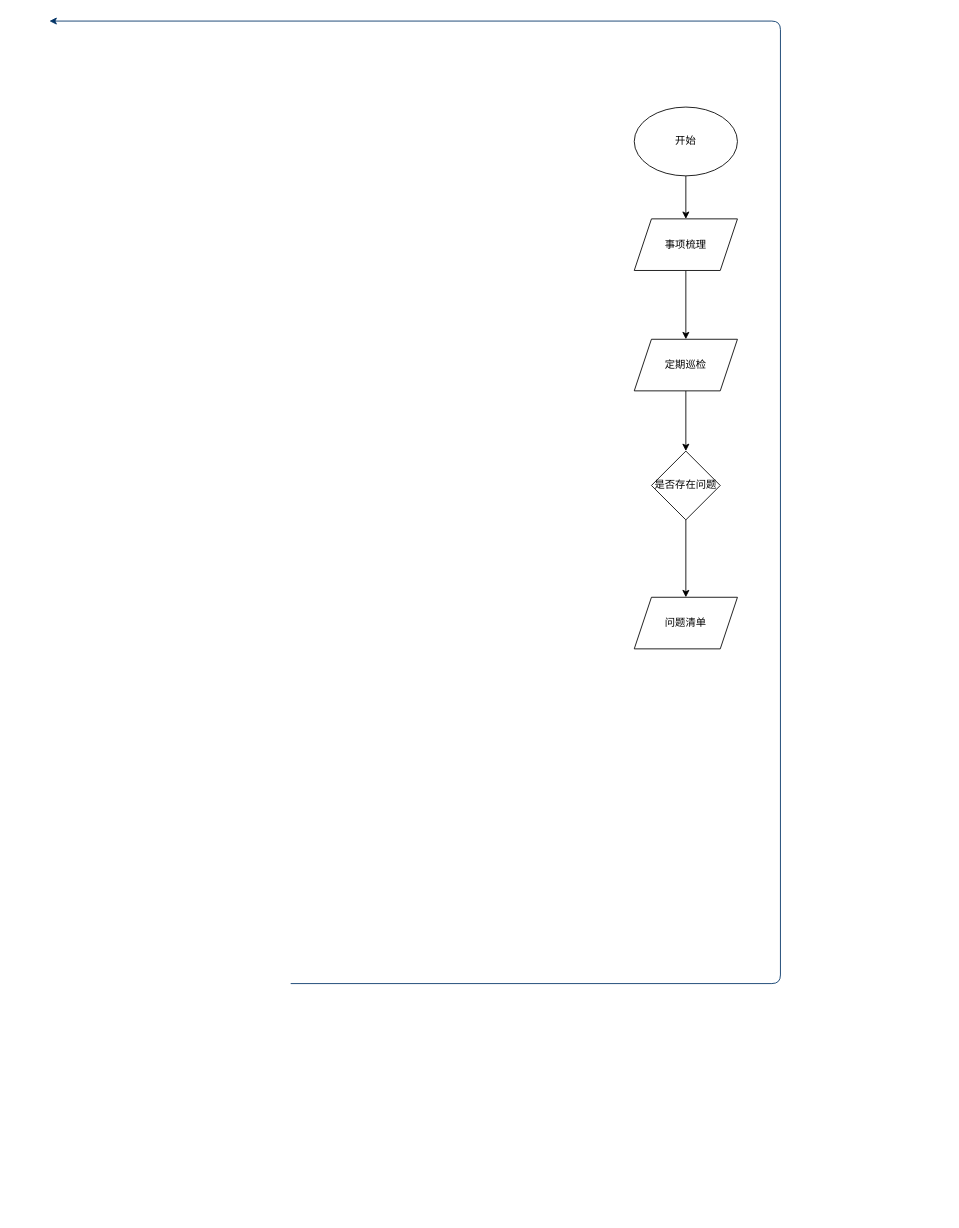
The draw.io diagram muping-03.drawio in z-cloud-z/draw, before the edit. Source tidied: cells renumbered, new cells numbered last; positions are measured from the earlier drawing's top-left corner, leaving out a move shared by most shapes. Both pictures are drawn from the tidied source at 86%, with x=0, y=0 at pixel (49, 21).
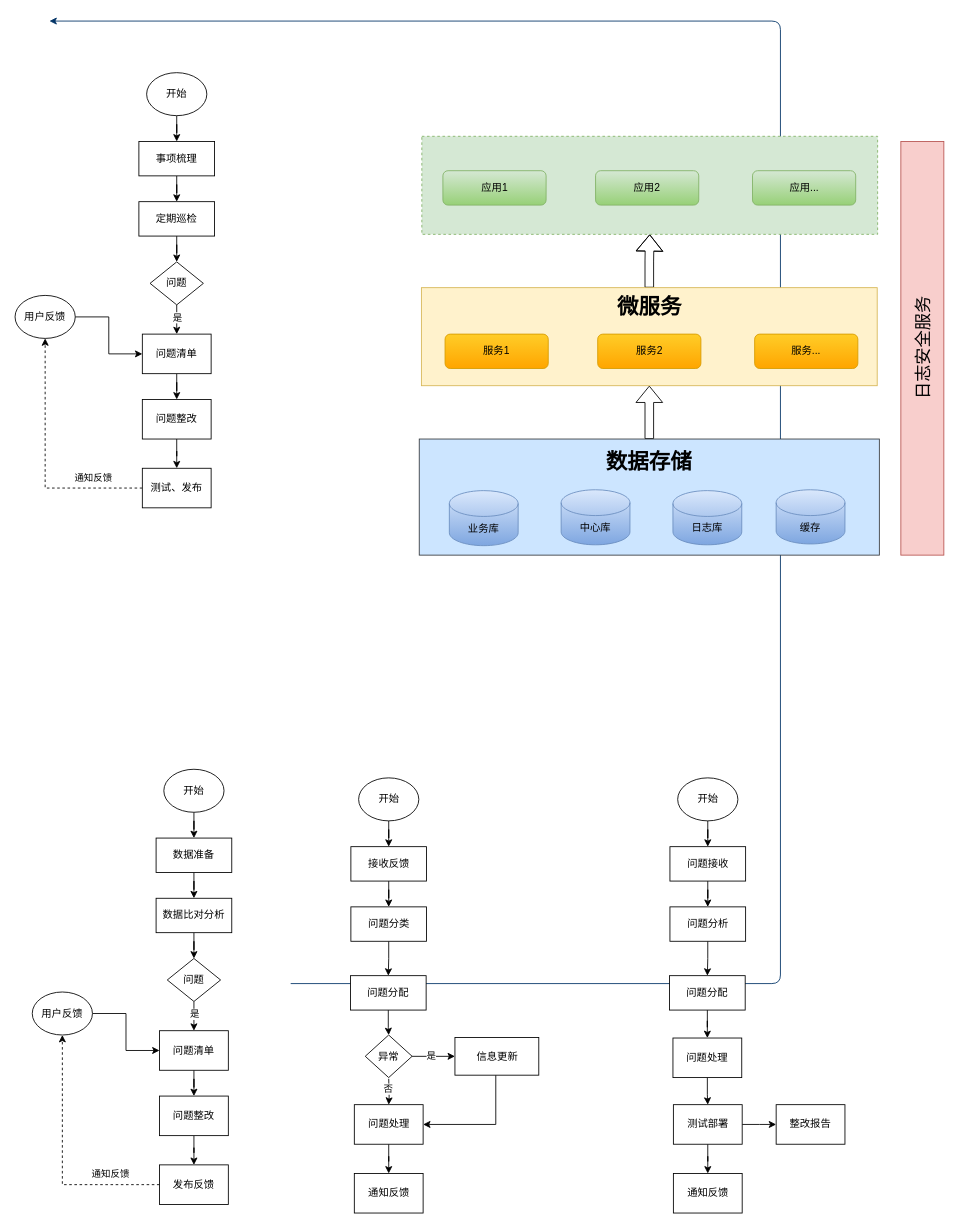
The same page after the edit.

Diff of the diagram source:
```diff
@@
     <mxCell id="4" value="开始" style="ellipse;whiteSpace=wrap;html=1;" parent="1" vertex="1">
-      <mxGeometry x="680" y="100" width="120" height="80" as="geometry" />
+      <mxGeometry x="113" y="60" width="70" height="50" as="geometry" />
     </mxCell>
@@
-    <mxCell id="6" value="事项梳理" style="shape=parallelogram;perimeter=parallelogramPerimeter;whiteSpace=wrap;html=1;fixedSize=1;" parent="1" vertex="1">
-      <mxGeometry x="680" y="230" width="120" height="60" as="geometry" />
+    <mxCell id="6" value="事项梳理" style="whiteSpace=wrap;html=1;" parent="1" vertex="1">
+      <mxGeometry x="104" y="140" width="88" height="40" as="geometry" />
     </mxCell>
-    <mxCell id="7" style="edgeStyle=orthogonalEdgeStyle;rounded=0;jettySize=auto;html=1;" parent="1" edge="1" source="8" target="10">
-      <mxGeometry relative="1" as="geometry" />
-    </mxCell>
+    <mxCell id="12" style="edgeStyle=orthogonalEdgeStyle;rounded=0;jettySize=auto;html=1;" parent="1" edge="1" source="8" target="15">
+      <mxGeometry relative="1" as="geometry" />
+    </mxCell>
-    <mxCell id="8" value="定期巡检" style="shape=parallelogram;perimeter=parallelogramPerimeter;whiteSpace=wrap;html=1;fixedSize=1;" parent="1" vertex="1">
-      <mxGeometry x="680" y="370" width="120" height="60" as="geometry" />
+    <mxCell id="8" value="定期巡检" style="whiteSpace=wrap;html=1;" parent="1" vertex="1">
+      <mxGeometry x="104" y="210" width="88" height="40" as="geometry" />
     </mxCell>
-    <mxCell id="9" style="edgeStyle=orthogonalEdgeStyle;rounded=0;jettySize=auto;html=1;" parent="1" edge="1" source="10" target="11">
-      <mxGeometry relative="1" as="geometry" />
-    </mxCell>
-    <mxCell id="10" value="是否存在问题" style="rhombus;whiteSpace=wrap;html=1;" parent="1" vertex="1">
-      <mxGeometry x="700" y="500" width="80" height="80" as="geometry" />
-    </mxCell>
-    <mxCell id="11" value="问题清单" style="shape=parallelogram;perimeter=parallelogramPerimeter;whiteSpace=wrap;html=1;fixedSize=1;" parent="1" vertex="1">
-      <mxGeometry x="680" y="670" width="120" height="60" as="geometry" />
-    </mxCell>
+    <mxCell id="13" style="edgeStyle=orthogonalEdgeStyle;rounded=0;jettySize=auto;html=1;" parent="1" edge="1" source="15" target="17">
+      <mxGeometry relative="1" as="geometry" />
+    </mxCell>
+    <mxCell id="14" value="是" style="edgeLabel;html=1;align=center;verticalAlign=middle;" parent="13" vertex="1">
+      <mxGeometry x="-0.61" y="-1" relative="1" as="geometry">
+        <mxPoint x="1" y="5" as="offset" />
+      </mxGeometry>
+    </mxCell>
+    <mxCell id="15" value="问题" style="rhombus;whiteSpace=wrap;html=1;" parent="1" vertex="1">
+      <mxGeometry x="117" y="280" width="62" height="50" as="geometry" />
+    </mxCell>
+    <mxCell id="16" style="edgeStyle=orthogonalEdgeStyle;rounded=0;jettySize=auto;html=1;" parent="1" edge="1" source="17" target="19">
+      <mxGeometry relative="1" as="geometry" />
+    </mxCell>
+    <mxCell id="17" value="问题清单" style="whiteSpace=wrap;html=1;" parent="1" vertex="1">
+      <mxGeometry x="108" y="364" width="80" height="46" as="geometry" />
+    </mxCell>
+    <mxCell id="18" style="edgeStyle=orthogonalEdgeStyle;rounded=0;jettySize=auto;html=1;" parent="1" edge="1" source="19" target="24">
+      <mxGeometry relative="1" as="geometry" />
+    </mxCell>
+    <mxCell id="19" value="问题整改" style="whiteSpace=wrap;html=1;" parent="1" vertex="1">
+      <mxGeometry x="108" y="440" width="80" height="46" as="geometry" />
+    </mxCell>
+    <mxCell id="20" style="edgeStyle=orthogonalEdgeStyle;rounded=0;jettySize=auto;html=1;entryX=0;entryY=0.5;entryDx=0;entryDy=0;" parent="1" edge="1" source="21" target="17">
+      <mxGeometry relative="1" as="geometry" />
+    </mxCell>
+    <mxCell id="21" value="用户反馈" style="ellipse;whiteSpace=wrap;html=1;" parent="1" vertex="1">
+      <mxGeometry x="-40" y="319" width="70" height="50" as="geometry" />
+    </mxCell>
+    <mxCell id="22" style="edgeStyle=orthogonalEdgeStyle;rounded=0;jettySize=auto;html=1;entryX=0.5;entryY=1;entryDx=0;entryDy=0;dashed=1;" parent="1" edge="1" source="24" target="21">
+      <mxGeometry relative="1" as="geometry" />
+    </mxCell>
+    <mxCell id="23" value="通知反馈" style="edgeLabel;html=1;align=center;verticalAlign=middle;" parent="22" vertex="1">
+      <mxGeometry x="-0.43" relative="1" as="geometry">
+        <mxPoint x="24" y="-13" as="offset" />
+      </mxGeometry>
+    </mxCell>
+    <mxCell id="24" value="测试、发布" style="whiteSpace=wrap;html=1;" parent="1" vertex="1">
+      <mxGeometry x="108" y="520" width="80" height="46" as="geometry" />
+    </mxCell>
+    <mxCell id="25" style="edgeStyle=orthogonalEdgeStyle;rounded=0;jettySize=auto;html=1;shape=flexArrow;" parent="1" edge="1" source="26" target="32">
+      <mxGeometry relative="1" as="geometry" />
+    </mxCell>
+    <mxCell id="26" value="&lt;font style=&quot;font-size: 25px;&quot;&gt;数据存储&lt;/font&gt;" style="rounded=0;whiteSpace=wrap;html=1;fillColor=#cce5ff;strokeColor=#36393d;verticalAlign=top;fontStyle=1;fontSize=30;" parent="1" vertex="1">
+      <mxGeometry x="430" y="486" width="535" height="135" as="geometry" />
+    </mxCell>
+    <mxCell id="27" value="业务库" style="shape=cylinder3;whiteSpace=wrap;html=1;boundedLbl=1;backgroundOutline=1;size=15;fillColor=#dae8fc;gradientColor=#7ea6e0;strokeColor=#6c8ebf;" parent="1" vertex="1">
+      <mxGeometry x="465" y="546" width="80" height="64" as="geometry" />
+    </mxCell>
+    <mxCell id="28" value="中心库" style="shape=cylinder3;whiteSpace=wrap;html=1;boundedLbl=1;backgroundOutline=1;size=15;fillColor=#dae8fc;gradientColor=#7ea6e0;strokeColor=#6c8ebf;" parent="1" vertex="1">
+      <mxGeometry x="595" y="545" width="80" height="64" as="geometry" />
+    </mxCell>
+    <mxCell id="29" value="日志库" style="shape=cylinder3;whiteSpace=wrap;html=1;boundedLbl=1;backgroundOutline=1;size=15;fillColor=#dae8fc;gradientColor=#7ea6e0;strokeColor=#6c8ebf;" parent="1" vertex="1">
+      <mxGeometry x="725" y="546" width="80" height="63" as="geometry" />
+    </mxCell>
+    <mxCell id="30" value="缓存" style="shape=cylinder3;whiteSpace=wrap;html=1;boundedLbl=1;backgroundOutline=1;size=15;fillColor=#dae8fc;gradientColor=#7ea6e0;strokeColor=#6c8ebf;" parent="1" vertex="1">
+      <mxGeometry x="845" y="545" width="80" height="63" as="geometry" />
+    </mxCell>
+    <mxCell id="31" style="edgeStyle=orthogonalEdgeStyle;rounded=0;jettySize=auto;html=1;entryX=0.5;entryY=1;entryDx=0;entryDy=0;shape=flexArrow;" parent="1" edge="1" source="32" target="36">
+      <mxGeometry relative="1" as="geometry" />
+    </mxCell>
+    <mxCell id="32" value="微服务" style="rounded=0;whiteSpace=wrap;html=1;fillColor=#fff2cc;strokeColor=#d6b656;verticalAlign=top;fontSize=25;fontStyle=1;" parent="1" vertex="1">
+      <mxGeometry x="432.5" y="310" width="530" height="114" as="geometry" />
+    </mxCell>
+    <mxCell id="33" value="服务1" style="rounded=1;whiteSpace=wrap;html=1;fillColor=#ffcd28;gradientColor=#ffa500;strokeColor=#d79b00;" parent="1" vertex="1">
+      <mxGeometry x="460" y="364" width="120" height="40" as="geometry" />
+    </mxCell>
+    <mxCell id="34" value="服务2" style="rounded=1;whiteSpace=wrap;html=1;fillColor=#ffcd28;gradientColor=#ffa500;strokeColor=#d79b00;" parent="1" vertex="1">
+      <mxGeometry x="637.5" y="364" width="120" height="40" as="geometry" />
+    </mxCell>
+    <mxCell id="35" value="服务..." style="rounded=1;whiteSpace=wrap;html=1;fillColor=#ffcd28;gradientColor=#ffa500;strokeColor=#d79b00;" parent="1" vertex="1">
+      <mxGeometry x="820" y="364" width="120" height="40" as="geometry" />
+    </mxCell>
+    <mxCell id="36" style="rounded=0;whiteSpace=wrap;html=1;verticalAlign=top;fontSize=25;fontStyle=1;dashed=1;strokeColor=#82b366;fillColor=#d5e8d4;" parent="1" vertex="1">
+      <mxGeometry x="433" y="134" width="530" height="114" as="geometry" />
+    </mxCell>
+    <mxCell id="37" value="应用1" style="rounded=1;whiteSpace=wrap;html=1;fillColor=#d5e8d4;gradientColor=#97d077;strokeColor=#82b366;" parent="1" vertex="1">
+      <mxGeometry x="457.5" y="174" width="120" height="40" as="geometry" />
+    </mxCell>
+    <mxCell id="38" value="应用2" style="rounded=1;whiteSpace=wrap;html=1;fillColor=#d5e8d4;gradientColor=#97d077;strokeColor=#82b366;" parent="1" vertex="1">
+      <mxGeometry x="635" y="174" width="120" height="40" as="geometry" />
+    </mxCell>
+    <mxCell id="39" value="应用..." style="rounded=1;whiteSpace=wrap;html=1;fillColor=#d5e8d4;gradientColor=#97d077;strokeColor=#82b366;" parent="1" vertex="1">
+      <mxGeometry x="817.5" y="174" width="120" height="40" as="geometry" />
+    </mxCell>
+    <mxCell id="40" value="日志安全服务" style="rounded=0;whiteSpace=wrap;html=1;fillColor=#f8cecc;strokeColor=#b85450;horizontal=0;fontSize=20;" parent="1" vertex="1">
+      <mxGeometry x="990" y="140" width="50" height="481" as="geometry" />
+    </mxCell>
+    <mxCell id="41" style="edgeStyle=orthogonalEdgeStyle;rounded=0;jettySize=auto;html=1;" parent="1" edge="1" source="42" target="44">
+      <mxGeometry relative="1" as="geometry" />
+    </mxCell>
+    <mxCell id="42" value="开始" style="ellipse;whiteSpace=wrap;html=1;" parent="1" vertex="1">
+      <mxGeometry x="133" y="870" width="70" height="50" as="geometry" />
+    </mxCell>
+    <mxCell id="43" style="edgeStyle=orthogonalEdgeStyle;rounded=0;jettySize=auto;html=1;" parent="1" edge="1" source="44" target="46">
+      <mxGeometry relative="1" as="geometry" />
+    </mxCell>
+    <mxCell id="44" value="数据准备" style="whiteSpace=wrap;html=1;" parent="1" vertex="1">
+      <mxGeometry x="124" y="950" width="88" height="40" as="geometry" />
+    </mxCell>
+    <mxCell id="45" style="edgeStyle=orthogonalEdgeStyle;rounded=0;jettySize=auto;html=1;" parent="1" edge="1" source="46" target="49">
+      <mxGeometry relative="1" as="geometry" />
+    </mxCell>
+    <mxCell id="46" value="数据比对分析" style="whiteSpace=wrap;html=1;" parent="1" vertex="1">
+      <mxGeometry x="124" y="1020" width="88" height="40" as="geometry" />
+    </mxCell>
+    <mxCell id="47" style="edgeStyle=orthogonalEdgeStyle;rounded=0;jettySize=auto;html=1;" parent="1" edge="1" source="49" target="51">
+      <mxGeometry relative="1" as="geometry" />
+    </mxCell>
+    <mxCell id="48" value="是" style="edgeLabel;html=1;align=center;verticalAlign=middle;" parent="47" vertex="1">
+      <mxGeometry x="-0.61" y="-1" relative="1" as="geometry">
+        <mxPoint x="1" y="5" as="offset" />
+      </mxGeometry>
+    </mxCell>
+    <mxCell id="49" value="问题" style="rhombus;whiteSpace=wrap;html=1;" parent="1" vertex="1">
+      <mxGeometry x="137" y="1090" width="62" height="50" as="geometry" />
+    </mxCell>
+    <mxCell id="50" style="edgeStyle=orthogonalEdgeStyle;rounded=0;jettySize=auto;html=1;" parent="1" edge="1" source="51" target="53">
+      <mxGeometry relative="1" as="geometry" />
+    </mxCell>
+    <mxCell id="51" value="问题清单" style="whiteSpace=wrap;html=1;" parent="1" vertex="1">
+      <mxGeometry x="128" y="1174" width="80" height="46" as="geometry" />
+    </mxCell>
+    <mxCell id="52" style="edgeStyle=orthogonalEdgeStyle;rounded=0;jettySize=auto;html=1;" parent="1" edge="1" source="53" target="58">
+      <mxGeometry relative="1" as="geometry" />
+    </mxCell>
+    <mxCell id="53" value="问题整改" style="whiteSpace=wrap;html=1;" parent="1" vertex="1">
+      <mxGeometry x="128" y="1250" width="80" height="46" as="geometry" />
+    </mxCell>
+    <mxCell id="54" style="edgeStyle=orthogonalEdgeStyle;rounded=0;jettySize=auto;html=1;entryX=0;entryY=0.5;entryDx=0;entryDy=0;" parent="1" edge="1" source="55" target="51">
+      <mxGeometry relative="1" as="geometry" />
+    </mxCell>
+    <mxCell id="55" value="用户反馈" style="ellipse;whiteSpace=wrap;html=1;" parent="1" vertex="1">
+      <mxGeometry x="-20" y="1129" width="70" height="50" as="geometry" />
+    </mxCell>
+    <mxCell id="56" style="edgeStyle=orthogonalEdgeStyle;rounded=0;jettySize=auto;html=1;entryX=0.5;entryY=1;entryDx=0;entryDy=0;dashed=1;" parent="1" edge="1" source="58" target="55">
+      <mxGeometry relative="1" as="geometry" />
+    </mxCell>
+    <mxCell id="57" value="通知反馈" style="edgeLabel;html=1;align=center;verticalAlign=middle;" parent="56" vertex="1">
+      <mxGeometry x="-0.43" relative="1" as="geometry">
+        <mxPoint x="24" y="-13" as="offset" />
+      </mxGeometry>
+    </mxCell>
+    <mxCell id="58" value="发布反馈" style="whiteSpace=wrap;html=1;" parent="1" vertex="1">
+      <mxGeometry x="128" y="1330" width="80" height="46" as="geometry" />
+    </mxCell>
+    <mxCell id="59" style="edgeStyle=orthogonalEdgeStyle;rounded=0;jettySize=auto;html=1;" parent="1" edge="1" source="60" target="62">
+      <mxGeometry relative="1" as="geometry" />
+    </mxCell>
+    <mxCell id="60" value="开始" style="ellipse;whiteSpace=wrap;html=1;" parent="1" vertex="1">
+      <mxGeometry x="730.5" y="880" width="70" height="50" as="geometry" />
+    </mxCell>
+    <mxCell id="61" style="edgeStyle=orthogonalEdgeStyle;rounded=0;jettySize=auto;html=1;" parent="1" edge="1" source="62" target="64">
+      <mxGeometry relative="1" as="geometry" />
+    </mxCell>
+    <mxCell id="62" value="问题接收" style="whiteSpace=wrap;html=1;" parent="1" vertex="1">
+      <mxGeometry x="721.5" y="960" width="88" height="40" as="geometry" />
+    </mxCell>
+    <mxCell id="63" style="edgeStyle=orthogonalEdgeStyle;rounded=0;jettySize=auto;html=1;" parent="1" edge="1" source="64" target="71">
+      <mxGeometry relative="1" as="geometry" />
+    </mxCell>
+    <mxCell id="64" value="问题分析" style="whiteSpace=wrap;html=1;" parent="1" vertex="1">
+      <mxGeometry x="721.5" y="1030" width="88" height="40" as="geometry" />
+    </mxCell>
+    <mxCell id="65" style="edgeStyle=orthogonalEdgeStyle;rounded=0;jettySize=auto;html=1;" parent="1" edge="1" source="66" target="69">
+      <mxGeometry relative="1" as="geometry" />
+    </mxCell>
+    <mxCell id="66" value="问题处理" style="whiteSpace=wrap;html=1;" parent="1" vertex="1">
+      <mxGeometry x="725" y="1182.5" width="80" height="46" as="geometry" />
+    </mxCell>
+    <mxCell id="67" style="edgeStyle=orthogonalEdgeStyle;rounded=0;jettySize=auto;html=1;" parent="1" edge="1" source="69" target="90">
+      <mxGeometry relative="1" as="geometry" />
+    </mxCell>
+    <mxCell id="68" style="edgeStyle=orthogonalEdgeStyle;rounded=0;jettySize=auto;html=1;" parent="1" edge="1" source="69" target="91">
+      <mxGeometry relative="1" as="geometry" />
+    </mxCell>
+    <mxCell id="69" value="测试部署" style="whiteSpace=wrap;html=1;" parent="1" vertex="1">
+      <mxGeometry x="725.5" y="1260" width="80" height="46" as="geometry" />
+    </mxCell>
+    <mxCell id="70" style="edgeStyle=orthogonalEdgeStyle;rounded=0;jettySize=auto;html=1;" parent="1" edge="1" source="71" target="66">
+      <mxGeometry relative="1" as="geometry" />
+    </mxCell>
+    <mxCell id="71" value="问题分配" style="whiteSpace=wrap;html=1;" parent="1" vertex="1">
+      <mxGeometry x="721" y="1110" width="88" height="40" as="geometry" />
+    </mxCell>
+    <mxCell id="72" style="edgeStyle=orthogonalEdgeStyle;rounded=0;jettySize=auto;html=1;" parent="1" edge="1" source="73" target="75">
+      <mxGeometry relative="1" as="geometry" />
+    </mxCell>
+    <mxCell id="73" value="开始" style="ellipse;whiteSpace=wrap;html=1;" parent="1" vertex="1">
+      <mxGeometry x="359.5" y="880" width="70" height="50" as="geometry" />
+    </mxCell>
+    <mxCell id="74" style="edgeStyle=orthogonalEdgeStyle;rounded=0;jettySize=auto;html=1;" parent="1" edge="1" source="75" target="77">
+      <mxGeometry relative="1" as="geometry" />
+    </mxCell>
+    <mxCell id="75" value="接收反馈" style="whiteSpace=wrap;html=1;" parent="1" vertex="1">
+      <mxGeometry x="350.5" y="960" width="88" height="40" as="geometry" />
+    </mxCell>
+    <mxCell id="76" style="edgeStyle=orthogonalEdgeStyle;rounded=0;jettySize=auto;html=1;" parent="1" edge="1" source="77" target="84">
+      <mxGeometry relative="1" as="geometry" />
+    </mxCell>
+    <mxCell id="77" value="问题分类" style="whiteSpace=wrap;html=1;" parent="1" vertex="1">
+      <mxGeometry x="350.5" y="1030" width="88" height="40" as="geometry" />
+    </mxCell>
+    <mxCell id="78" style="edgeStyle=orthogonalEdgeStyle;rounded=0;jettySize=auto;html=1;" parent="1" edge="1" target="81">
+      <mxGeometry relative="1" as="geometry">
+        <mxPoint x="394.5" y="1230" as="sourcePoint" />
+      </mxGeometry>
+    </mxCell>
+    <mxCell id="79" value="否" style="edgeLabel;html=1;align=center;verticalAlign=middle;" parent="78" vertex="1">
+      <mxGeometry x="-0.74" y="-2" relative="1" as="geometry">
+        <mxPoint x="1" y="7" as="offset" />
+      </mxGeometry>
+    </mxCell>
+    <mxCell id="80" style="edgeStyle=orthogonalEdgeStyle;rounded=0;jettySize=auto;html=1;" parent="1" edge="1" source="81" target="82">
+      <mxGeometry relative="1" as="geometry" />
+    </mxCell>
+    <mxCell id="81" value="问题处理" style="whiteSpace=wrap;html=1;" parent="1" vertex="1">
+      <mxGeometry x="354.5" y="1260" width="80" height="46" as="geometry" />
+    </mxCell>
+    <mxCell id="82" value="通知反馈" style="whiteSpace=wrap;html=1;" parent="1" vertex="1">
+      <mxGeometry x="354.5" y="1340" width="80" height="46" as="geometry" />
+    </mxCell>
+    <mxCell id="83" style="edgeStyle=orthogonalEdgeStyle;rounded=0;jettySize=auto;html=1;" parent="1" edge="1" source="84" target="87">
+      <mxGeometry relative="1" as="geometry" />
+    </mxCell>
+    <mxCell id="84" value="问题分配" style="whiteSpace=wrap;html=1;" parent="1" vertex="1">
+      <mxGeometry x="350" y="1110" width="88" height="40" as="geometry" />
+    </mxCell>
+    <mxCell id="85" style="edgeStyle=orthogonalEdgeStyle;rounded=0;jettySize=auto;html=1;" parent="1" edge="1" source="87" target="89">
+      <mxGeometry relative="1" as="geometry" />
+    </mxCell>
+    <mxCell id="86" value="是" style="edgeLabel;html=1;align=center;verticalAlign=middle;" parent="85" vertex="1">
+      <mxGeometry x="-0.1" y="1" relative="1" as="geometry" />
+    </mxCell>
+    <mxCell id="87" value="异常" style="rhombus;whiteSpace=wrap;html=1;" parent="1" vertex="1">
+      <mxGeometry x="367.2" y="1179" width="54.5" height="49.5" as="geometry" />
+    </mxCell>
+    <mxCell id="88" style="edgeStyle=orthogonalEdgeStyle;rounded=0;jettySize=auto;html=1;entryX=1;entryY=0.5;entryDx=0;entryDy=0;" parent="1" edge="1" source="89" target="81">
+      <mxGeometry relative="1" as="geometry">
+        <Array as="points">
+          <mxPoint x="519" y="1283" />
+        </Array>
+      </mxGeometry>
+    </mxCell>
+    <mxCell id="89" value="信息更新" style="whiteSpace=wrap;html=1;" parent="1" vertex="1">
+      <mxGeometry x="471.5" y="1181.9" width="97.5" height="43.8" as="geometry" />
+    </mxCell>
+    <mxCell id="90" value="通知反馈" style="whiteSpace=wrap;html=1;" parent="1" vertex="1">
+      <mxGeometry x="725.5" y="1340" width="80" height="46" as="geometry" />
+    </mxCell>
+    <mxCell id="91" value="整改报告" style="whiteSpace=wrap;html=1;" parent="1" vertex="1">
+      <mxGeometry x="845" y="1260" width="80" height="46" as="geometry" />
+    </mxCell>
```
